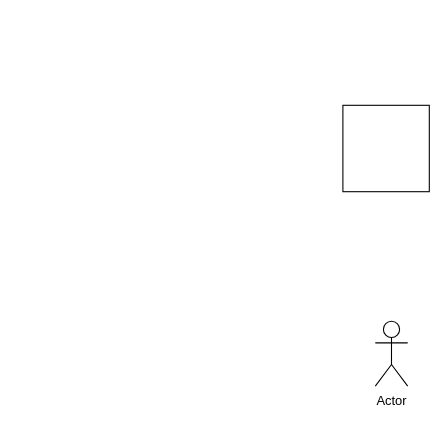
Above: Untitled Diagram.drawio in jakobkrabbe/co (draw.io), before the change. Source tidied: cells renumbered, new cells numbered last; positions are measured from the earlier drawing's top-left corner, leaving out a move shared by most shapes. Both pictures are drawn from the tidied source at 108%, with x=0, y=0 at pixel (342, 105).
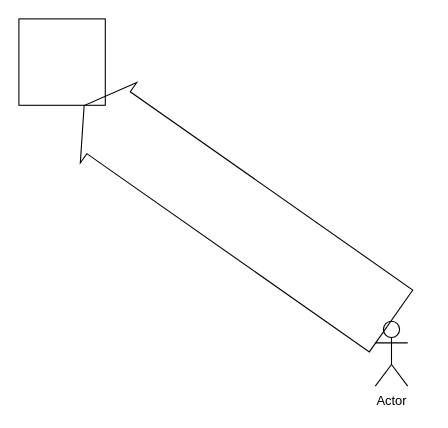
After the change.

What changed in the source:
```diff
@@
 <mxGraphModel>
   <root>
     <mxCell id="0" />
     <mxCell id="1" parent="0" />
     <mxCell id="2" value="Actor" style="shape=umlActor;verticalLabelPosition=bottom;verticalAlign=top;html=1;outlineConnect=0;" parent="1" vertex="1">
       <mxGeometry x="30" y="200" width="30" height="60" as="geometry" />
     </mxCell>
     <mxCell id="3" style="whiteSpace=wrap;html=1;" parent="1" vertex="1">
-      <mxGeometry width="80" height="80" as="geometry" />
+      <mxGeometry x="-300" y="-80" width="80" height="80" as="geometry" />
     </mxCell>
+    <mxCell id="4" style="shape=flexArrow;endArrow=classic;html=1;rounded=0;width=70;endSize=8.86;entryX=0.75;entryY=1;entryDx=0;entryDy=0;exitX=0.5;exitY=0;exitDx=0;exitDy=0;exitPerimeter=0;" parent="1" edge="1" source="2" target="3">
+      <mxGeometry relative="1" as="geometry" />
+    </mxCell>
   </root>
 </mxGraphModel>
```
